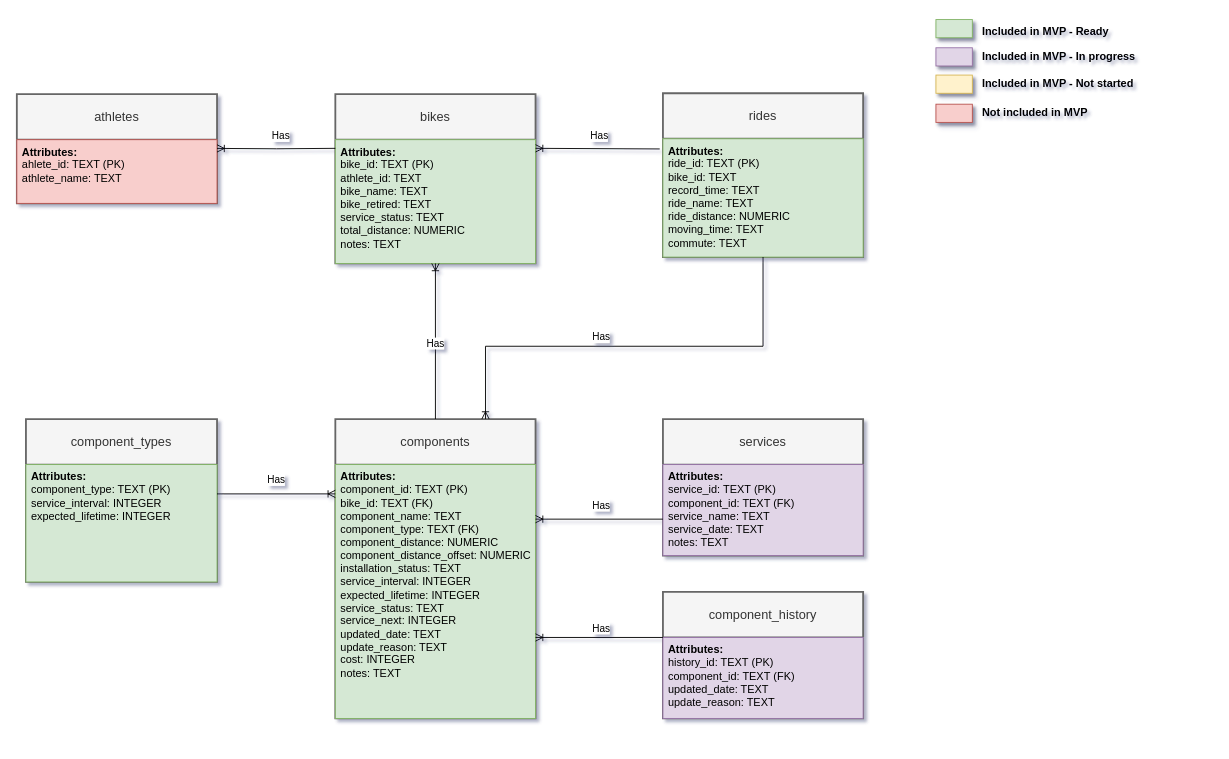
This is page "Database structure" (5 of 7) of docs/all_diagrams.drawio from xivind/velo-supervisor-2000, a draw.io file, before an edit. Source tidied: cells renumbered, new cells numbered last; positions are measured from the earlier drawing's top-left corner, leaving out a move shared by most shapes. Both pictures are drawn from the tidied source at 91%, with x=0, y=0 at pixel (16, 17).
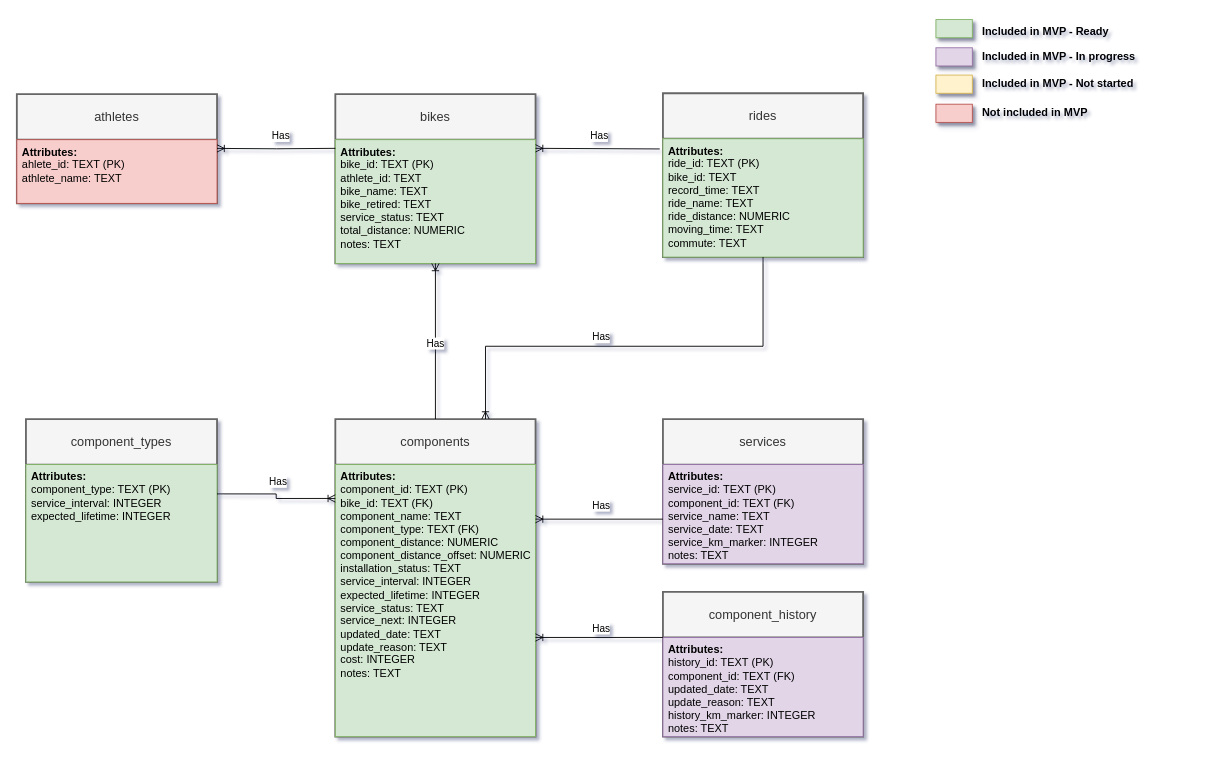
The same page after the edit.

The edit, as a diff of the source:
```diff
@@
     <mxCell id="8" value="components" style="swimlane;horizontal=1;startSize=50;rounded=0;fontSize=14;fontStyle=0;strokeWidth=2;shadow=0;dashed=0;align=center;arcSize=0;whiteSpace=wrap;html=1;fillColor=#f5f5f5;strokeColor=#666666;fontColor=#333333;" parent="1" vertex="1">
-      <mxGeometry x="350" y="441" width="220" height="329" as="geometry" />
+      <mxGeometry x="350" y="441" width="220" height="349" as="geometry" />
     </mxCell>
     <mxCell id="9" value="&lt;div&gt;&lt;span style=&quot;background-color: initial;&quot;&gt;&lt;b&gt;Attributes:&lt;/b&gt;&lt;/span&gt;&lt;/div&gt;&lt;div&gt;&lt;span style=&quot;background-color: initial;&quot;&gt;component_id&lt;/span&gt;&lt;span style=&quot;background-color: initial;&quot;&gt;: TEXT&lt;/span&gt;&lt;span style=&quot;background-color: initial;&quot;&gt;&amp;nbsp;(PK)&lt;/span&gt;&lt;/div&gt;&lt;div&gt;bike_id&lt;span style=&quot;background-color: initial;&quot;&gt;: TEXT (FK)&lt;/span&gt;&lt;/div&gt;component_name: TEXT&lt;div&gt;component_type&lt;span style=&quot;background-color: initial;&quot;&gt;: TEXT (FK)&lt;/span&gt;&lt;/div&gt;&lt;div&gt;component_distance&lt;span style=&quot;background-color: initial;&quot;&gt;: NUMERIC&lt;/span&gt;&lt;br&gt;&lt;/div&gt;&lt;div&gt;component_distance_offset&lt;span style=&quot;background-color: initial;&quot;&gt;: NUMERIC&lt;/span&gt;&lt;br&gt;&lt;/div&gt;&lt;div&gt;installation_status&lt;span style=&quot;background-color: initial;&quot;&gt;: TEXT&lt;/span&gt;&lt;/div&gt;&lt;div&gt;service_interval&lt;span style=&quot;background-color: initial;&quot;&gt;: INTEGER&lt;/span&gt;&lt;/div&gt;&lt;div&gt;expected_lifetime&lt;span style=&quot;background-color: initial;&quot;&gt;:&amp;nbsp;&lt;/span&gt;&lt;span style=&quot;background-color: initial;&quot;&gt;INTEGER&lt;/span&gt;&lt;/div&gt;&lt;div&gt;service_status&lt;span style=&quot;background-color: initial;&quot;&gt;: TEXT&lt;/span&gt;&lt;/div&gt;&lt;div&gt;service_next&lt;span style=&quot;background-color: initial;&quot;&gt;:&amp;nbsp;&lt;/span&gt;&lt;span style=&quot;background-color: initial;&quot;&gt;INTEGER&lt;/span&gt;&lt;/div&gt;&lt;div&gt;&lt;span style=&quot;background-color: initial;&quot;&gt;updated_d&lt;/span&gt;&lt;span style=&quot;background-color: initial;&quot;&gt;ate&lt;/span&gt;&lt;span style=&quot;background-color: initial;&quot;&gt;: TEXT&lt;/span&gt;&lt;br&gt;&lt;/div&gt;&lt;div&gt;update_reason&lt;span style=&quot;background-color: initial;&quot;&gt;: TEXT&lt;/span&gt;&lt;/div&gt;&lt;div&gt;cost&lt;span style=&quot;background-color: initial;&quot;&gt;:&amp;nbsp;&lt;/span&gt;&lt;span style=&quot;background-color: initial;&quot;&gt;INTEGER&lt;/span&gt;&lt;/div&gt;&lt;div&gt;notes&lt;span style=&quot;background-color: initial;&quot;&gt;: TEXT&lt;/span&gt;&lt;/div&gt;" style="align=left;spacingLeft=4;fontSize=12;verticalAlign=top;html=1;rounded=0;fillColor=#d5e8d4;strokeColor=#82b366;" parent="8" vertex="1">
-      <mxGeometry y="50" width="220" height="279" as="geometry" />
+      <mxGeometry y="50" width="220" height="299" as="geometry" />
     </mxCell>
     <mxCell id="10" value="services" style="swimlane;horizontal=1;startSize=50;rounded=0;fontSize=14;fontStyle=0;strokeWidth=2;shadow=0;dashed=0;align=center;arcSize=0;whiteSpace=wrap;html=1;fillColor=#f5f5f5;fontColor=#333333;strokeColor=#666666;" parent="1" vertex="1">
-      <mxGeometry x="710" y="441" width="220" height="150" as="geometry" />
+      <mxGeometry x="710" y="441" width="220" height="159" as="geometry" />
     </mxCell>
-    <mxCell id="11" value="&lt;div&gt;&lt;b&gt;Attributes:&lt;/b&gt;&lt;br&gt;&lt;/div&gt;&lt;div&gt;service_id&lt;span style=&quot;background-color: initial;&quot;&gt;: TEXT&lt;/span&gt;&lt;span style=&quot;background-color: initial;&quot;&gt;&amp;nbsp;(PK)&lt;/span&gt;&lt;/div&gt;&lt;div&gt;component_id&lt;span style=&quot;background-color: initial;&quot;&gt;: TEXT (FK)&lt;/span&gt;&lt;/div&gt;&lt;div&gt;service_name&lt;span style=&quot;background-color: initial;&quot;&gt;: TEXT&lt;/span&gt;&lt;/div&gt;service_date: TEXT&lt;div&gt;notes&lt;span style=&quot;background-color: initial;&quot;&gt;: TEXT&lt;/span&gt;&lt;/div&gt;" style="align=left;spacingLeft=4;fontSize=12;verticalAlign=top;html=1;rounded=0;fillColor=#e1d5e7;strokeColor=#9673a6;" parent="10" vertex="1">
-      <mxGeometry y="50" width="220" height="100" as="geometry" />
+    <mxCell id="11" value="&lt;div&gt;&lt;b&gt;Attributes:&lt;/b&gt;&lt;br&gt;&lt;/div&gt;&lt;div&gt;service_id&lt;span style=&quot;background-color: initial;&quot;&gt;: TEXT&lt;/span&gt;&lt;span style=&quot;background-color: initial;&quot;&gt;&amp;nbsp;(PK)&lt;/span&gt;&lt;/div&gt;&lt;div&gt;component_id&lt;span style=&quot;background-color: initial;&quot;&gt;: TEXT (FK)&lt;/span&gt;&lt;/div&gt;&lt;div&gt;service_name&lt;span style=&quot;background-color: initial;&quot;&gt;: TEXT&lt;/span&gt;&lt;/div&gt;service_date: TEXT&lt;div&gt;service_km_marker: INTEGER&lt;/div&gt;&lt;div&gt;&lt;div&gt;notes&lt;span style=&quot;background-color: initial;&quot;&gt;: TEXT&lt;/span&gt;&lt;/div&gt;&lt;/div&gt;" style="align=left;spacingLeft=4;fontSize=12;verticalAlign=top;html=1;rounded=0;fillColor=#e1d5e7;strokeColor=#9673a6;" parent="10" vertex="1">
+      <mxGeometry y="50" width="220" height="109" as="geometry" />
     </mxCell>
@@
     <mxCell id="26" value="component_history" style="swimlane;horizontal=1;startSize=50;rounded=0;fontSize=14;fontStyle=0;strokeWidth=2;shadow=0;dashed=0;align=center;arcSize=0;whiteSpace=wrap;html=1;fillColor=#f5f5f5;strokeColor=#666666;fontColor=#333333;" parent="1" vertex="1">
-      <mxGeometry x="710" y="631" width="220" height="139" as="geometry" />
+      <mxGeometry x="710" y="631" width="220" height="159" as="geometry" />
     </mxCell>
-    <mxCell id="27" value="&lt;div&gt;&lt;b&gt;Attributes:&lt;/b&gt;&lt;br&gt;&lt;/div&gt;&lt;div&gt;history_id&lt;span style=&quot;background-color: initial;&quot;&gt;: TEXT&lt;/span&gt;&lt;span style=&quot;background-color: initial;&quot;&gt;&amp;nbsp;(PK)&lt;/span&gt;&lt;br&gt;&lt;/div&gt;&lt;div&gt;component_id&lt;span style=&quot;background-color: initial;&quot;&gt;: TEXT&amp;nbsp;&lt;/span&gt;&lt;span style=&quot;background-color: initial;&quot;&gt;(FK)&lt;/span&gt;&lt;/div&gt;&lt;div&gt;updated_date&lt;span style=&quot;background-color: initial;&quot;&gt;: TEXT&lt;/span&gt;&lt;/div&gt;&lt;div&gt;update_reason&lt;span style=&quot;background-color: initial;&quot;&gt;: TEXT&lt;/span&gt;&lt;/div&gt;" style="align=left;spacingLeft=4;fontSize=12;verticalAlign=top;html=1;rounded=0;fillColor=#e1d5e7;strokeColor=#9673a6;" parent="26" vertex="1">
-      <mxGeometry y="50" width="220" height="89" as="geometry" />
+    <mxCell id="27" value="&lt;div&gt;&lt;b&gt;Attributes:&lt;/b&gt;&lt;br&gt;&lt;/div&gt;&lt;div&gt;history_id&lt;span style=&quot;background-color: initial;&quot;&gt;: TEXT&lt;/span&gt;&lt;span style=&quot;background-color: initial;&quot;&gt;&amp;nbsp;(PK)&lt;/span&gt;&lt;br&gt;&lt;/div&gt;&lt;div&gt;component_id&lt;span style=&quot;background-color: initial;&quot;&gt;: TEXT&amp;nbsp;&lt;/span&gt;&lt;span style=&quot;background-color: initial;&quot;&gt;(FK)&lt;/span&gt;&lt;/div&gt;&lt;div&gt;updated_date&lt;span style=&quot;background-color: initial;&quot;&gt;: TEXT&lt;/span&gt;&lt;/div&gt;&lt;div&gt;update_reason&lt;span style=&quot;background-color: initial;&quot;&gt;: TEXT&lt;/span&gt;&lt;/div&gt;&lt;div&gt;history_km_marker: INTEGER&lt;/div&gt;&lt;div&gt;&lt;span style=&quot;background-color: initial;&quot;&gt;notes: TEXT&lt;/span&gt;&lt;/div&gt;" style="align=left;spacingLeft=4;fontSize=12;verticalAlign=top;html=1;rounded=0;fillColor=#e1d5e7;strokeColor=#9673a6;" parent="26" vertex="1">
+      <mxGeometry y="50" width="220" height="109" as="geometry" />
     </mxCell>
```
